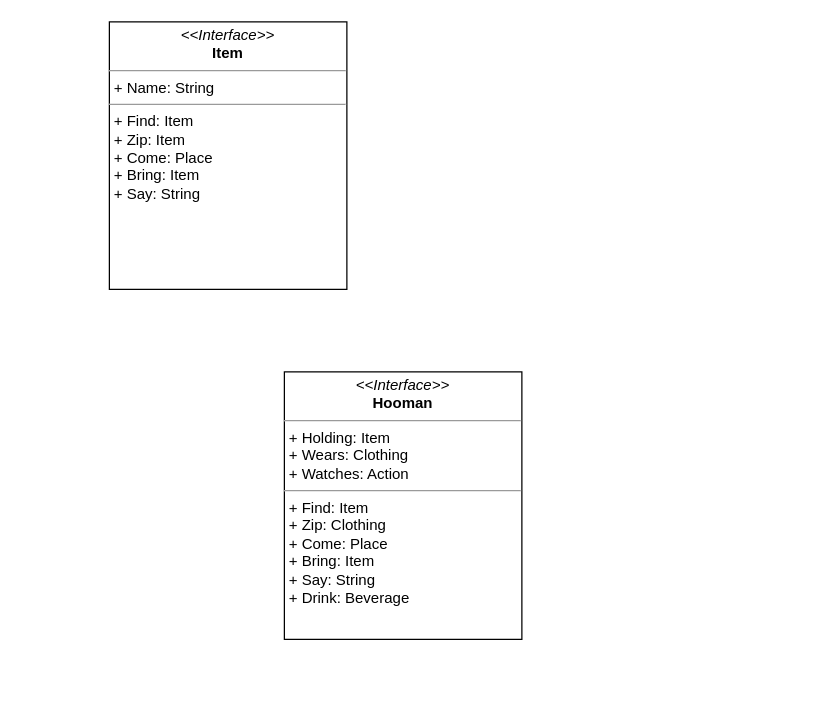
The draw.io diagram Untitled Diagram.drawio in Sat1l/laba4, before the edit. Source tidied: cells renumbered, new cells numbered last; positions are measured from the earlier drawing's top-left corner, leaving out a move shared by most shapes. Both pictures are drawn from the tidied source at 125%, with x=0, y=0 at pixel (109, 21).
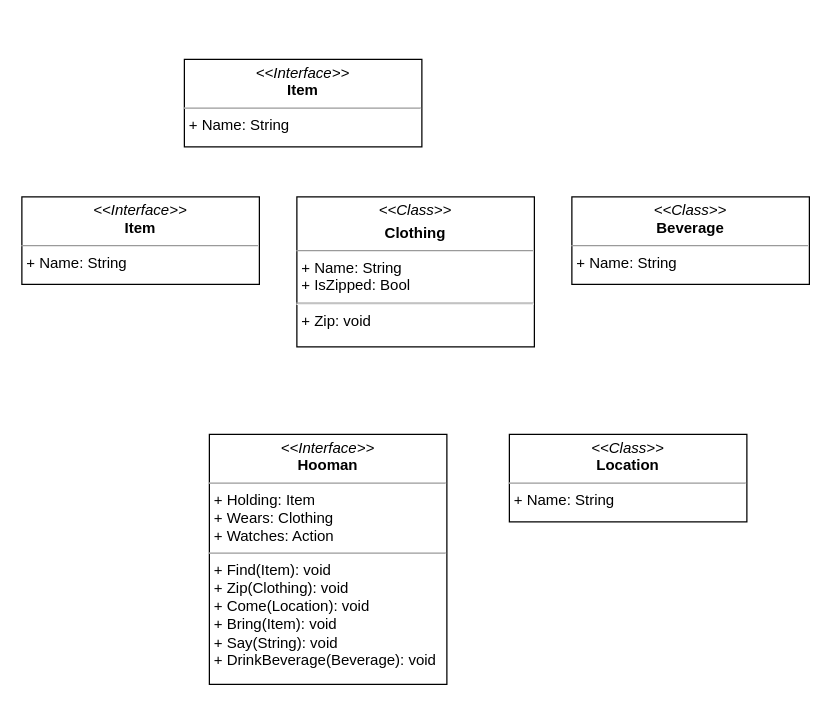
Above is the later version.

What changed in the source:
```diff
@@
 <mxGraphModel>
   <root>
     <mxCell id="0" />
     <mxCell id="1" parent="0" />
-    <mxCell id="2" value="&lt;p style=&quot;margin:0px;margin-top:4px;text-align:center;&quot;&gt;&lt;i&gt;&amp;lt;&amp;lt;Interface&amp;gt;&amp;gt;&lt;/i&gt;&lt;br&gt;&lt;b&gt;Hooman&lt;/b&gt;&lt;/p&gt;&lt;hr size=&quot;1&quot;&gt;&lt;p style=&quot;margin:0px;margin-left:4px;&quot;&gt;+ Holding: Item&lt;/p&gt;&lt;p style=&quot;margin:0px;margin-left:4px;&quot;&gt;+ Wears: Clothing&lt;/p&gt;&lt;p style=&quot;margin:0px;margin-left:4px;&quot;&gt;+ Watches: Action&lt;/p&gt;&lt;hr size=&quot;1&quot;&gt;&lt;p style=&quot;margin:0px;margin-left:4px;&quot;&gt;+ Find: Item&lt;br&gt;+ Zip: Clothing&lt;/p&gt;&lt;p style=&quot;margin:0px;margin-left:4px;&quot;&gt;+ Come: Place&lt;/p&gt;&lt;p style=&quot;margin:0px;margin-left:4px;&quot;&gt;+ Bring: Item&lt;/p&gt;&lt;p style=&quot;margin:0px;margin-left:4px;&quot;&gt;+ Say: String&lt;/p&gt;&lt;p style=&quot;margin:0px;margin-left:4px;&quot;&gt;+ Drink: Beverage&lt;/p&gt;" style="verticalAlign=top;align=left;overflow=fill;fontSize=12;fontFamily=Helvetica;html=1;whiteSpace=wrap;" parent="1" vertex="1">
-      <mxGeometry x="140" y="280" width="190" height="214" as="geometry" />
+    <mxCell id="2" value="&lt;p style=&quot;margin:0px;margin-top:4px;text-align:center;&quot;&gt;&lt;i&gt;&amp;lt;&amp;lt;Interface&amp;gt;&amp;gt;&lt;/i&gt;&lt;br&gt;&lt;b&gt;Hooman&lt;/b&gt;&lt;/p&gt;&lt;hr size=&quot;1&quot;&gt;&lt;p style=&quot;margin:0px;margin-left:4px;&quot;&gt;+ Holding: Item&lt;/p&gt;&lt;p style=&quot;margin:0px;margin-left:4px;&quot;&gt;+ Wears: Clothing&lt;/p&gt;&lt;p style=&quot;margin:0px;margin-left:4px;&quot;&gt;+ Watches: Action&lt;/p&gt;&lt;hr size=&quot;1&quot;&gt;&lt;p style=&quot;margin:0px;margin-left:4px;&quot;&gt;+ Find(Item): void&lt;br&gt;+ Zip(Clothing): void&lt;/p&gt;&lt;p style=&quot;margin:0px;margin-left:4px;&quot;&gt;+ Come(Location): void&lt;/p&gt;&lt;p style=&quot;margin:0px;margin-left:4px;&quot;&gt;+ Bring(Item): void&lt;/p&gt;&lt;p style=&quot;margin:0px;margin-left:4px;&quot;&gt;+ Say(String): void&lt;/p&gt;&lt;p style=&quot;margin:0px;margin-left:4px;&quot;&gt;+ DrinkBeverage(Beverage): void&lt;/p&gt;" style="verticalAlign=top;align=left;overflow=fill;fontSize=12;fontFamily=Helvetica;html=1;whiteSpace=wrap;" parent="1" vertex="1">
+      <mxGeometry x="80" y="330" width="190" height="200" as="geometry" />
     </mxCell>
-    <mxCell id="3" value="&lt;p style=&quot;margin:0px;margin-top:4px;text-align:center;&quot;&gt;&lt;i&gt;&amp;lt;&amp;lt;Interface&amp;gt;&amp;gt;&lt;/i&gt;&lt;br&gt;&lt;b&gt;Item&lt;/b&gt;&lt;/p&gt;&lt;hr size=&quot;1&quot;&gt;&lt;p style=&quot;margin:0px;margin-left:4px;&quot;&gt;+ Name: String&lt;br&gt;&lt;/p&gt;&lt;hr size=&quot;1&quot;&gt;&lt;p style=&quot;margin:0px;margin-left:4px;&quot;&gt;+ Find: Item&lt;br&gt;+ Zip: Item&lt;/p&gt;&lt;p style=&quot;margin:0px;margin-left:4px;&quot;&gt;+ Come: Place&lt;/p&gt;&lt;p style=&quot;margin:0px;margin-left:4px;&quot;&gt;+ Bring: Item&lt;/p&gt;&lt;p style=&quot;margin:0px;margin-left:4px;&quot;&gt;+ Say: String&lt;/p&gt;" style="verticalAlign=top;align=left;overflow=fill;fontSize=12;fontFamily=Helvetica;html=1;whiteSpace=wrap;" parent="1" vertex="1">
-      <mxGeometry width="190" height="214" as="geometry" />
+    <mxCell id="3" value="&lt;p style=&quot;margin:0px;margin-top:4px;text-align:center;&quot;&gt;&lt;i&gt;&amp;lt;&amp;lt;Interface&amp;gt;&amp;gt;&lt;/i&gt;&lt;br&gt;&lt;b&gt;Item&lt;/b&gt;&lt;/p&gt;&lt;hr size=&quot;1&quot;&gt;&lt;p style=&quot;margin:0px;margin-left:4px;&quot;&gt;+ Name: String&lt;br&gt;&lt;/p&gt;&lt;p style=&quot;margin:0px;margin-left:4px;&quot;&gt;&lt;br&gt;&lt;/p&gt;" style="verticalAlign=top;align=left;overflow=fill;fontSize=12;fontFamily=Helvetica;html=1;whiteSpace=wrap;" parent="1" vertex="1">
+      <mxGeometry x="60" y="30" width="190" height="70" as="geometry" />
     </mxCell>
+    <mxCell id="4" value="&lt;p style=&quot;margin:0px;margin-top:4px;text-align:center;&quot;&gt;&lt;i&gt;&amp;lt;&amp;lt;Interface&amp;gt;&amp;gt;&lt;/i&gt;&lt;br&gt;&lt;b&gt;Item&lt;/b&gt;&lt;/p&gt;&lt;hr size=&quot;1&quot;&gt;&lt;p style=&quot;margin:0px;margin-left:4px;&quot;&gt;+ Name: String&lt;br&gt;&lt;/p&gt;&lt;p style=&quot;margin:0px;margin-left:4px;&quot;&gt;&lt;br&gt;&lt;/p&gt;" style="verticalAlign=top;align=left;overflow=fill;fontSize=12;fontFamily=Helvetica;html=1;whiteSpace=wrap;" parent="1" vertex="1">
+      <mxGeometry x="-70" y="140" width="190" height="70" as="geometry" />
+    </mxCell>
+    <mxCell id="5" value="&lt;p style=&quot;margin:0px;margin-top:4px;text-align:center;&quot;&gt;&lt;i&gt;&amp;lt;&amp;lt;Class&lt;/i&gt;&lt;i&gt;&amp;gt;&amp;gt;&lt;/i&gt;&lt;/p&gt;&lt;p style=&quot;margin:0px;margin-top:4px;text-align:center;&quot;&gt;&lt;b&gt;Clothing&lt;/b&gt;&lt;/p&gt;&lt;hr size=&quot;1&quot;&gt;&lt;p style=&quot;margin:0px;margin-left:4px;&quot;&gt;+ Name: String&lt;br&gt;&lt;/p&gt;&lt;p style=&quot;margin:0px;margin-left:4px;&quot;&gt;+ IsZipped: Bool&lt;/p&gt;&lt;hr&gt;&lt;p style=&quot;margin:0px;margin-left:4px;&quot;&gt;+ Zip: void&lt;/p&gt;" style="verticalAlign=top;align=left;overflow=fill;fontSize=12;fontFamily=Helvetica;html=1;whiteSpace=wrap;" parent="1" vertex="1">
+      <mxGeometry x="150" y="140" width="190" height="120" as="geometry" />
+    </mxCell>
+    <mxCell id="6" value="&lt;p style=&quot;margin:0px;margin-top:4px;text-align:center;&quot;&gt;&lt;i&gt;&amp;lt;&amp;lt;Class&amp;gt;&amp;gt;&lt;/i&gt;&lt;br&gt;&lt;b&gt;Beverage&lt;/b&gt;&lt;/p&gt;&lt;hr size=&quot;1&quot;&gt;&lt;p style=&quot;margin:0px;margin-left:4px;&quot;&gt;+ Name: String&lt;br&gt;&lt;/p&gt;&lt;p style=&quot;margin:0px;margin-left:4px;&quot;&gt;&lt;br&gt;&lt;/p&gt;" style="verticalAlign=top;align=left;overflow=fill;fontSize=12;fontFamily=Helvetica;html=1;whiteSpace=wrap;" parent="1" vertex="1">
+      <mxGeometry x="370" y="140" width="190" height="70" as="geometry" />
+    </mxCell>
+    <mxCell id="7" value="&lt;p style=&quot;margin:0px;margin-top:4px;text-align:center;&quot;&gt;&lt;i&gt;&amp;lt;&amp;lt;Class&amp;gt;&amp;gt;&lt;/i&gt;&lt;br&gt;&lt;b&gt;Location&lt;/b&gt;&lt;/p&gt;&lt;hr size=&quot;1&quot;&gt;&lt;p style=&quot;margin:0px;margin-left:4px;&quot;&gt;+ Name: String&lt;br&gt;&lt;/p&gt;&lt;p style=&quot;margin:0px;margin-left:4px;&quot;&gt;&lt;br&gt;&lt;/p&gt;" style="verticalAlign=top;align=left;overflow=fill;fontSize=12;fontFamily=Helvetica;html=1;whiteSpace=wrap;" parent="1" vertex="1">
+      <mxGeometry x="320" y="330" width="190" height="70" as="geometry" />
+    </mxCell>
   </root>
 </mxGraphModel>
```
